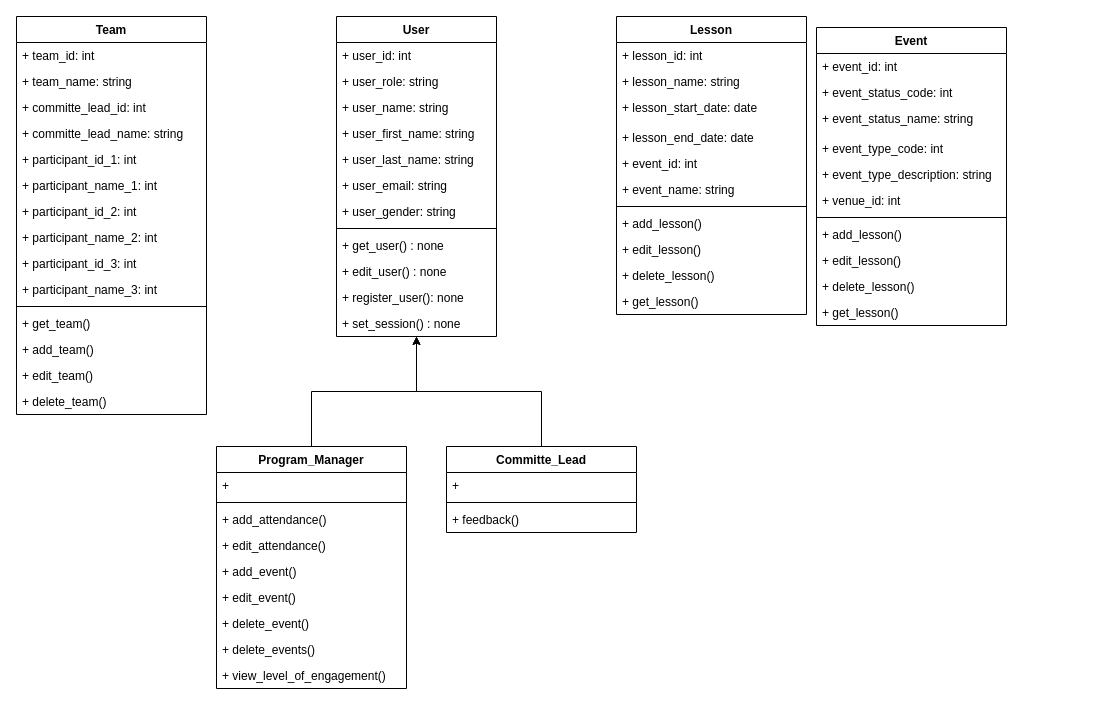
Before: page "Class Diagram - Complete" (3 of 4) of DellEvent.drawio in frostyseb/ITDP, a draw.io diagram. Source tidied: cells renumbered, new cells numbered last; positions are measured from the earlier drawing's top-left corner, leaving out a move shared by most shapes. Both pictures are drawn from the tidied source at 100%, with x=0, y=0 at pixel (16, 16).
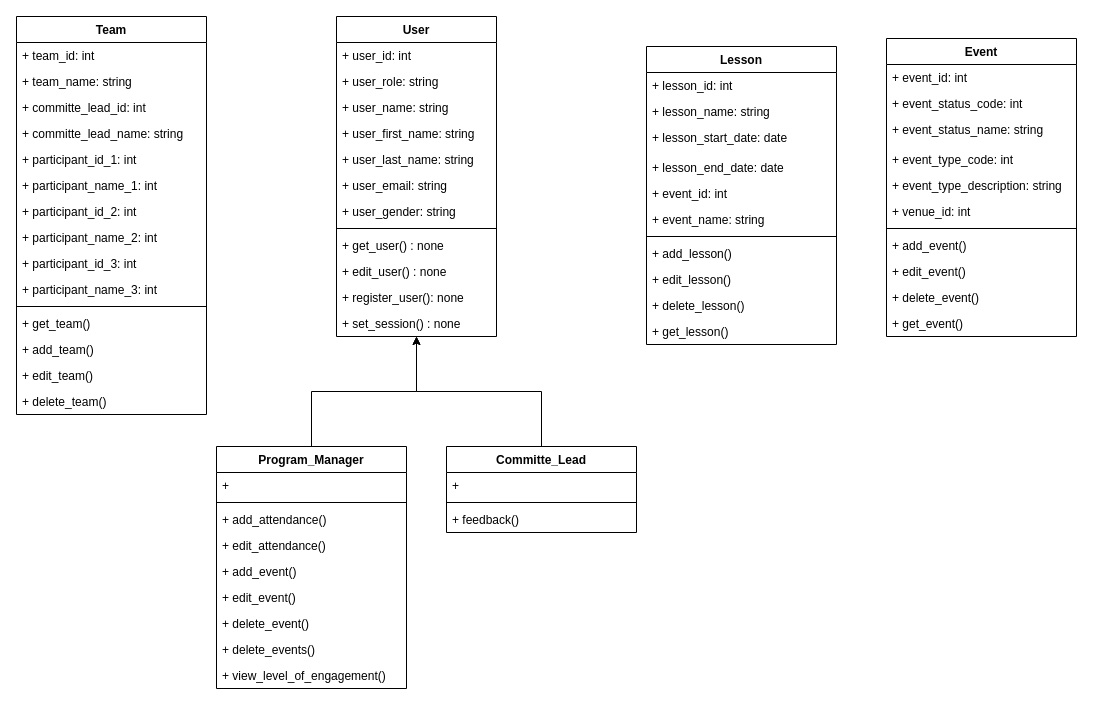
Above is the later version.

Commit message:
Rename "ERD" to "ERD-Complete", Rename "Class Diagram" to "Class Diagram - Complete"

What changed in the source:
```diff
@@
     <mxCell id="47" value="Lesson" style="swimlane;fontStyle=1;align=center;verticalAlign=top;horizontal=1;startSize=26;" parent="1" vertex="1">
-      <mxGeometry x="600" width="190" height="298" as="geometry" />
+      <mxGeometry x="630" y="30" width="190" height="298" as="geometry" />
     </mxCell>
@@
     <mxCell id="59" value="Event" style="swimlane;fontStyle=1;align=center;verticalAlign=top;horizontal=1;startSize=26;" parent="1" vertex="1">
-      <mxGeometry x="800" y="11" width="190" height="298" as="geometry" />
+      <mxGeometry x="870" y="22" width="190" height="298" as="geometry" />
     </mxCell>
@@
-    <mxCell id="67" value="+ add_lesson()" style="text;strokeColor=none;fillColor=none;align=left;verticalAlign=top;spacingLeft=4;spacingRight=4;overflow=hidden;" parent="59" vertex="1">
+    <mxCell id="67" value="+ add_event()" style="text;strokeColor=none;fillColor=none;align=left;verticalAlign=top;spacingLeft=4;spacingRight=4;overflow=hidden;" parent="59" vertex="1">
       <mxGeometry y="194" width="190" height="26" as="geometry" />
     </mxCell>
-    <mxCell id="68" value="+ edit_lesson()" style="text;strokeColor=none;fillColor=none;align=left;verticalAlign=top;spacingLeft=4;spacingRight=4;overflow=hidden;" parent="59" vertex="1">
+    <mxCell id="68" value="+ edit_event()" style="text;strokeColor=none;fillColor=none;align=left;verticalAlign=top;spacingLeft=4;spacingRight=4;overflow=hidden;" parent="59" vertex="1">
       <mxGeometry y="220" width="190" height="26" as="geometry" />
     </mxCell>
-    <mxCell id="69" value="+ delete_lesson()" style="text;strokeColor=none;fillColor=none;align=left;verticalAlign=top;spacingLeft=4;spacingRight=4;overflow=hidden;" parent="59" vertex="1">
+    <mxCell id="69" value="+ delete_event()" style="text;strokeColor=none;fillColor=none;align=left;verticalAlign=top;spacingLeft=4;spacingRight=4;overflow=hidden;" parent="59" vertex="1">
       <mxGeometry y="246" width="190" height="26" as="geometry" />
     </mxCell>
-    <mxCell id="70" value="+ get_lesson()" style="text;strokeColor=none;fillColor=none;align=left;verticalAlign=top;spacingLeft=4;spacingRight=4;overflow=hidden;" parent="59" vertex="1">
+    <mxCell id="70" value="+ get_event()" style="text;strokeColor=none;fillColor=none;align=left;verticalAlign=top;spacingLeft=4;spacingRight=4;overflow=hidden;" parent="59" vertex="1">
       <mxGeometry y="272" width="190" height="26" as="geometry" />
     </mxCell>
```
